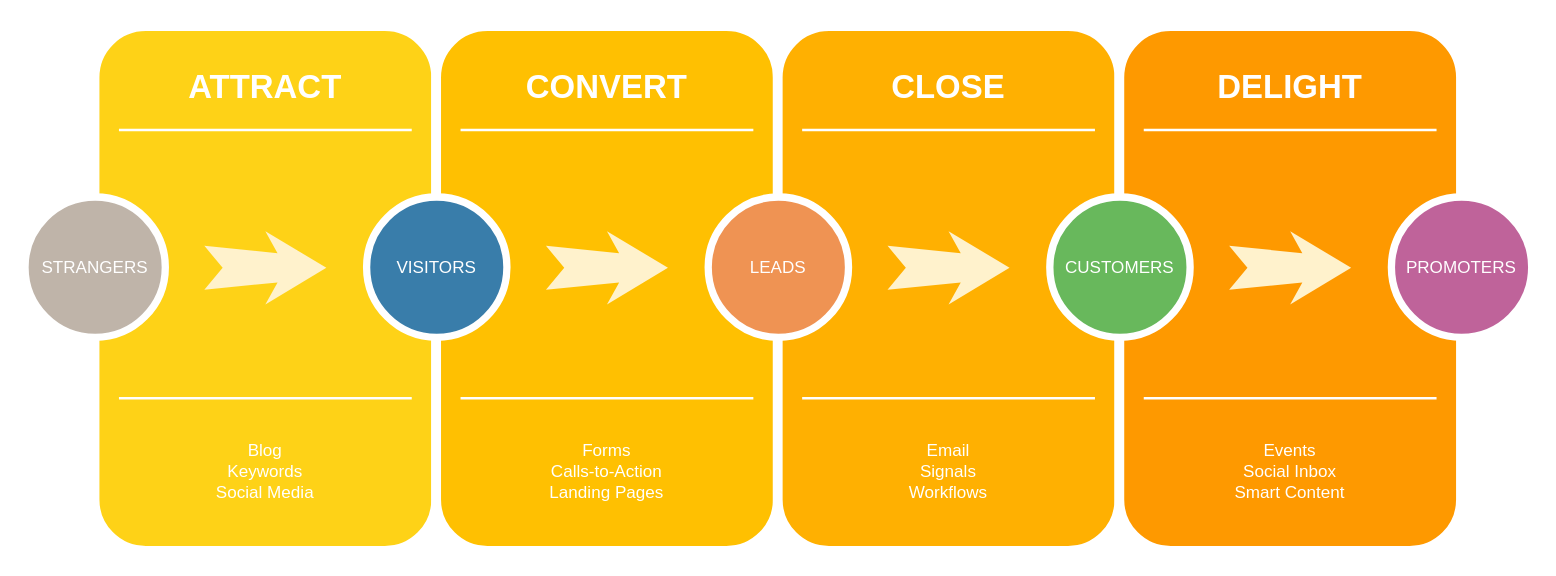
Above: page "Page-1" (1 of 3) of Macro Workflow.drawio in Rakholia1842/ERDiagram (draw.io), before the change. Source tidied: cells renumbered, new cells numbered last; positions are measured from the earlier drawing's top-left corner, leaving out a move shared by most shapes. Both pictures are drawn from the tidied source at 122%, with x=0, y=0 at pixel (24, 26).
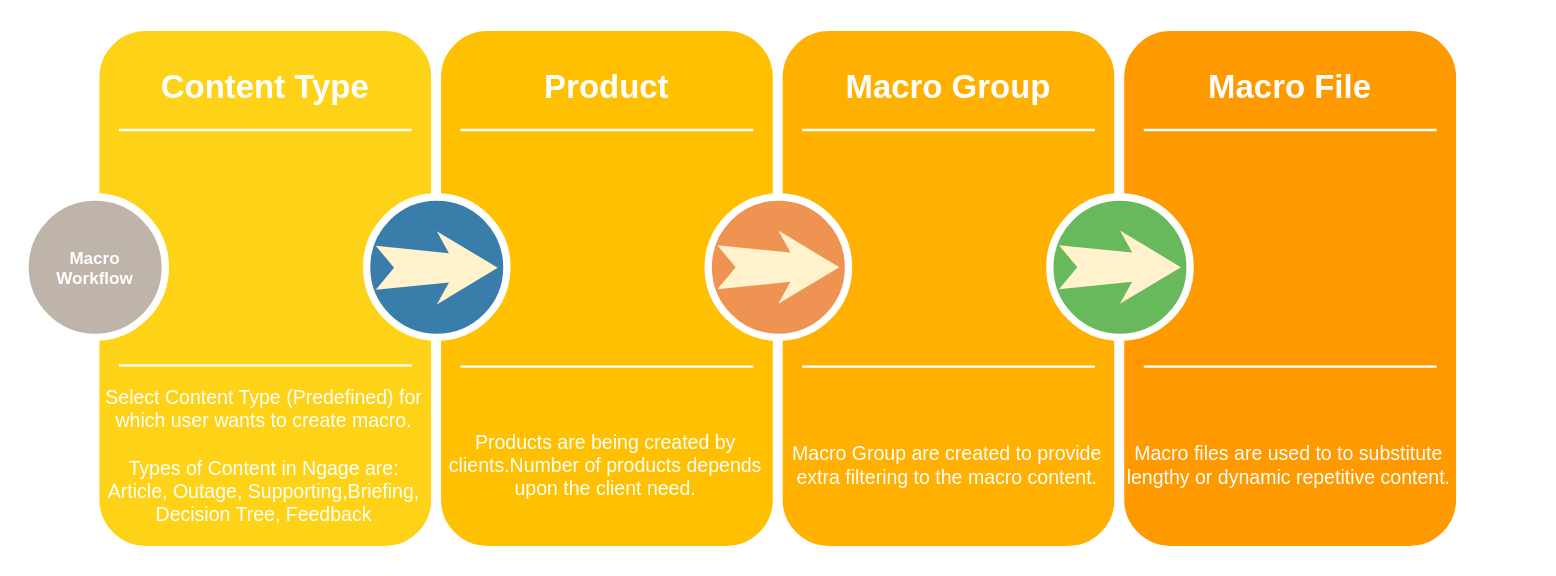
The same diagram, later.

Diff of the diagram source:
```diff
@@
-    <mxCell id="3" value="ATTRACT" style="text;html=1;strokeColor=none;fillColor=none;align=center;verticalAlign=middle;whiteSpace=wrap;rounded=0;shadow=0;fontSize=27;fontColor=#FFFFFF;fontStyle=1;" parent="1" vertex="1">
+    <mxCell id="3" value="Content Type" style="text;html=1;strokeColor=none;fillColor=none;align=center;verticalAlign=middle;whiteSpace=wrap;rounded=0;shadow=0;fontSize=27;fontColor=#FFFFFF;fontStyle=1;" parent="1" vertex="1">
       <mxGeometry x="57" y="20" width="280" height="60" as="geometry" />
     </mxCell>
-    <mxCell id="4" value="Blog&lt;div&gt;Keywords&lt;/div&gt;&lt;div&gt;Social Media&lt;/div&gt;" style="text;html=1;strokeColor=none;fillColor=none;align=center;verticalAlign=middle;whiteSpace=wrap;rounded=0;shadow=0;fontSize=14;fontColor=#FFFFFF;" parent="1" vertex="1">
-      <mxGeometry x="57" y="320" width="280" height="90" as="geometry" />
+    <mxCell id="4" value="&lt;div style=&quot;font-size: 16px&quot;&gt;&lt;font style=&quot;font-size: 16px&quot;&gt;Select Content Type (Predefined) for&lt;/font&gt;&lt;/div&gt;&lt;div style=&quot;font-size: 16px&quot;&gt;&lt;font style=&quot;font-size: 16px&quot;&gt; which user wants to create macro.&lt;/font&gt;&lt;/div&gt;&lt;div style=&quot;font-size: 16px&quot;&gt;&lt;font style=&quot;font-size: 16px&quot;&gt;&lt;br&gt;&lt;/font&gt;&lt;/div&gt;&lt;div style=&quot;font-size: 16px&quot;&gt;&lt;font style=&quot;font-size: 16px&quot;&gt;Types of Content in Ngage are:&lt;br&gt;&lt;/font&gt;&lt;/div&gt;&lt;div style=&quot;font-size: 16px&quot;&gt;&lt;font style=&quot;font-size: 16px&quot;&gt;Article, Outage, Supporting,Briefing, Decision Tree, Feedback&lt;br&gt;&lt;/font&gt; &lt;/div&gt;" style="text;html=1;strokeColor=none;fillColor=none;align=center;verticalAlign=middle;whiteSpace=wrap;rounded=0;shadow=0;fontSize=14;fontColor=#FFFFFF;" parent="1" vertex="1">
+      <mxGeometry x="61" y="279" width="270" height="146" as="geometry" />
     </mxCell>
@@
     <mxCell id="6" style="line;strokeWidth=2;html=1;rounded=0;shadow=0;fontSize=27;align=center;fillColor=none;strokeColor=#FFFFFF;" parent="1" vertex="1">
-      <mxGeometry x="77" y="300" width="240" height="10" as="geometry" />
+      <mxGeometry x="77" y="273" width="240" height="10" as="geometry" />
     </mxCell>
-    <mxCell id="7" value="STRANGERS" style="ellipse;whiteSpace=wrap;html=1;rounded=0;shadow=0;strokeWidth=6;fontSize=14;align=center;fillColor=#BFB4A9;strokeColor=#FFFFFF;fontColor=#FFFFFF;" parent="1" vertex="1">
+    <mxCell id="7" value="&lt;div&gt;&lt;b&gt;Macro&lt;/b&gt;&lt;/div&gt;&lt;div&gt;&lt;b&gt;Workflow&lt;br&gt;&lt;/b&gt;&lt;/div&gt;" style="ellipse;whiteSpace=wrap;html=1;rounded=0;shadow=0;strokeWidth=6;fontSize=14;align=center;fillColor=#BFB4A9;strokeColor=#FFFFFF;fontColor=#FFFFFF;" parent="1" vertex="1">
       <mxGeometry y="140" width="115" height="115" as="geometry" />
     </mxCell>
-    <mxCell id="8" style="html=1;shadow=0;dashed=0;align=center;verticalAlign=middle;shape=mxgraph.arrows2.stylisedArrow;dy=0.6;dx=40;notch=15;feather=0.4;rounded=0;strokeWidth=1;fontSize=27;strokeColor=none;fillColor=#fff2cc;" parent="1" vertex="1">
-      <mxGeometry x="147" y="168" width="100" height="60" as="geometry" />
-    </mxCell>
@@
-    <mxCell id="10" value="CONVERT" style="text;html=1;strokeColor=none;fillColor=none;align=center;verticalAlign=middle;whiteSpace=wrap;rounded=0;shadow=0;fontSize=27;fontColor=#FFFFFF;fontStyle=1;" parent="1" vertex="1">
+    <mxCell id="10" value="Product" style="text;html=1;strokeColor=none;fillColor=none;align=center;verticalAlign=middle;whiteSpace=wrap;rounded=0;shadow=0;fontSize=27;fontColor=#FFFFFF;fontStyle=1;" parent="1" vertex="1">
       <mxGeometry x="337" y="20" width="280" height="60" as="geometry" />
     </mxCell>
-    <mxCell id="11" value="Forms&lt;div&gt;Calls-to-Action&lt;/div&gt;&lt;div&gt;Landing Pages&lt;/div&gt;" style="text;html=1;strokeColor=none;fillColor=none;align=center;verticalAlign=middle;whiteSpace=wrap;rounded=0;shadow=0;fontSize=14;fontColor=#FFFFFF;" parent="1" vertex="1">
-      <mxGeometry x="337" y="320" width="280" height="90" as="geometry" />
+    <mxCell id="11" value="&lt;div style=&quot;font-size: 16px&quot;&gt;&lt;font style=&quot;font-size: 16px&quot;&gt;Products are being created by clients.Number of products depends upon the client need.&lt;br&gt;&lt;/font&gt;&lt;/div&gt;" style="text;html=1;strokeColor=none;fillColor=none;align=center;verticalAlign=middle;whiteSpace=wrap;rounded=0;shadow=0;fontSize=14;fontColor=#FFFFFF;" parent="1" vertex="1">
+      <mxGeometry x="341" y="294" width="270" height="131" as="geometry" />
     </mxCell>
@@
     <mxCell id="13" style="line;strokeWidth=2;html=1;rounded=0;shadow=0;fontSize=27;align=center;fillColor=none;strokeColor=#FFFFFF;" parent="1" vertex="1">
-      <mxGeometry x="357" y="300" width="240" height="10" as="geometry" />
+      <mxGeometry x="357" y="274" width="240" height="10" as="geometry" />
     </mxCell>
@@
-    <mxCell id="15" style="html=1;shadow=0;dashed=0;align=center;verticalAlign=middle;shape=mxgraph.arrows2.stylisedArrow;dy=0.6;dx=40;notch=15;feather=0.4;rounded=0;strokeWidth=1;fontSize=27;strokeColor=none;fillColor=#fff2cc;" parent="1" vertex="1">
-      <mxGeometry x="427" y="168" width="100" height="60" as="geometry" />
-    </mxCell>
@@
-    <mxCell id="17" value="CLOSE" style="text;html=1;strokeColor=none;fillColor=none;align=center;verticalAlign=middle;whiteSpace=wrap;rounded=0;shadow=0;fontSize=27;fontColor=#FFFFFF;fontStyle=1;" parent="1" vertex="1">
+    <mxCell id="17" value="Macro Group" style="text;html=1;strokeColor=none;fillColor=none;align=center;verticalAlign=middle;whiteSpace=wrap;rounded=0;shadow=0;fontSize=27;fontColor=#FFFFFF;fontStyle=1;" parent="1" vertex="1">
       <mxGeometry x="617" y="20" width="280" height="60" as="geometry" />
     </mxCell>
-    <mxCell id="18" value="Email&lt;div&gt;Signals&lt;/div&gt;&lt;div&gt;Workflows&lt;/div&gt;" style="text;html=1;strokeColor=none;fillColor=none;align=center;verticalAlign=middle;whiteSpace=wrap;rounded=0;shadow=0;fontSize=14;fontColor=#FFFFFF;" parent="1" vertex="1">
-      <mxGeometry x="617" y="320" width="280" height="90" as="geometry" />
+    <mxCell id="18" value="&lt;font style=&quot;font-size: 16px&quot;&gt;Macro Group are created to provide extra filtering to the macro content. &lt;/font&gt;" style="text;html=1;strokeColor=none;fillColor=none;align=center;verticalAlign=middle;whiteSpace=wrap;rounded=0;shadow=0;fontSize=14;fontColor=#FFFFFF;" parent="1" vertex="1">
+      <mxGeometry x="621" y="294" width="270" height="131" as="geometry" />
     </mxCell>
@@
     <mxCell id="20" style="line;strokeWidth=2;html=1;rounded=0;shadow=0;fontSize=27;align=center;fillColor=none;strokeColor=#FFFFFF;" parent="1" vertex="1">
-      <mxGeometry x="637" y="300" width="240" height="10" as="geometry" />
+      <mxGeometry x="637" y="274" width="240" height="10" as="geometry" />
     </mxCell>
-    <mxCell id="21" value="LEADS" style="ellipse;whiteSpace=wrap;html=1;rounded=0;shadow=0;strokeWidth=6;fontSize=14;align=center;fillColor=#EF9353;strokeColor=#FFFFFF;fontColor=#FFFFFF;" parent="1" vertex="1">
+    <mxCell id="21" style="ellipse;whiteSpace=wrap;html=1;rounded=0;shadow=0;strokeWidth=6;fontSize=14;align=center;fillColor=#EF9353;strokeColor=#FFFFFF;fontColor=#FFFFFF;" parent="1" vertex="1">
       <mxGeometry x="560" y="140" width="115" height="115" as="geometry" />
     </mxCell>
-    <mxCell id="22" style="html=1;shadow=0;dashed=0;align=center;verticalAlign=middle;shape=mxgraph.arrows2.stylisedArrow;dy=0.6;dx=40;notch=15;feather=0.4;rounded=0;strokeWidth=1;fontSize=27;strokeColor=none;fillColor=#fff2cc;" parent="1" vertex="1">
-      <mxGeometry x="707" y="168" width="100" height="60" as="geometry" />
-    </mxCell>
@@
-    <mxCell id="24" value="DELIGHT" style="text;html=1;strokeColor=none;fillColor=none;align=center;verticalAlign=middle;whiteSpace=wrap;rounded=0;shadow=0;fontSize=27;fontColor=#FFFFFF;fontStyle=1;" parent="1" vertex="1">
+    <mxCell id="24" value="Macro File" style="text;html=1;strokeColor=none;fillColor=none;align=center;verticalAlign=middle;whiteSpace=wrap;rounded=0;shadow=0;fontSize=27;fontColor=#FFFFFF;fontStyle=1;" parent="1" vertex="1">
       <mxGeometry x="897" y="20" width="280" height="60" as="geometry" />
     </mxCell>
-    <mxCell id="25" value="Events&lt;div&gt;Social Inbox&lt;/div&gt;&lt;div&gt;Smart Content&lt;/div&gt;" style="text;html=1;strokeColor=none;fillColor=none;align=center;verticalAlign=middle;whiteSpace=wrap;rounded=0;shadow=0;fontSize=14;fontColor=#FFFFFF;" parent="1" vertex="1">
-      <mxGeometry x="897" y="320" width="280" height="90" as="geometry" />
+    <mxCell id="25" value="&lt;div style=&quot;font-size: 16px&quot;&gt;&lt;font style=&quot;font-size: 16px&quot;&gt;Macro files are used to &lt;span&gt;to substitute &lt;br&gt;&lt;/span&gt;&lt;/font&gt;&lt;/div&gt;&lt;div style=&quot;font-size: 16px&quot;&gt;&lt;font style=&quot;font-size: 16px&quot;&gt;&lt;span&gt;lengthy or dynamic repetitive content. &lt;/span&gt;&lt;/font&gt;&lt;/div&gt;" style="text;html=1;strokeColor=none;fillColor=none;align=center;verticalAlign=middle;whiteSpace=wrap;rounded=0;shadow=0;fontSize=14;fontColor=#FFFFFF;" parent="1" vertex="1">
+      <mxGeometry x="901" y="294" width="270" height="131" as="geometry" />
     </mxCell>
@@
     <mxCell id="27" style="line;strokeWidth=2;html=1;rounded=0;shadow=0;fontSize=27;align=center;fillColor=none;strokeColor=#FFFFFF;" parent="1" vertex="1">
-      <mxGeometry x="917" y="300" width="240" height="10" as="geometry" />
+      <mxGeometry x="917" y="274" width="240" height="10" as="geometry" />
     </mxCell>
-    <mxCell id="28" value="CUSTOMERS" style="ellipse;whiteSpace=wrap;html=1;rounded=0;shadow=0;strokeWidth=6;fontSize=14;align=center;fillColor=#68B85C;strokeColor=#FFFFFF;fontColor=#FFFFFF;" parent="1" vertex="1">
+    <mxCell id="28" style="ellipse;whiteSpace=wrap;html=1;rounded=0;shadow=0;strokeWidth=6;fontSize=14;align=center;fillColor=#68B85C;strokeColor=#FFFFFF;fontColor=#FFFFFF;" parent="1" vertex="1">
       <mxGeometry x="840" y="140" width="115" height="115" as="geometry" />
     </mxCell>
-    <mxCell id="29" style="html=1;shadow=0;dashed=0;align=center;verticalAlign=middle;shape=mxgraph.arrows2.stylisedArrow;dy=0.6;dx=40;notch=15;feather=0.4;rounded=0;strokeWidth=1;fontSize=27;strokeColor=none;fillColor=#fff2cc;" parent="1" vertex="1">
-      <mxGeometry x="987" y="168" width="100" height="60" as="geometry" />
-    </mxCell>
-    <mxCell id="30" value="PROMOTERS" style="ellipse;whiteSpace=wrap;html=1;rounded=0;shadow=0;strokeWidth=6;fontSize=14;align=center;fillColor=#BF639A;strokeColor=#FFFFFF;fontColor=#FFFFFF;" parent="1" vertex="1">
-      <mxGeometry x="1120" y="140" width="115" height="115" as="geometry" />
-    </mxCell>
+    <mxCell id="8" style="html=1;shadow=0;dashed=0;align=center;verticalAlign=middle;shape=mxgraph.arrows2.stylisedArrow;dy=0.6;dx=40;notch=15;feather=0.4;rounded=0;strokeWidth=1;fontSize=27;strokeColor=none;fillColor=#fff2cc;" parent="1" vertex="1">
+      <mxGeometry x="287.5" y="168" width="100" height="60" as="geometry" />
+    </mxCell>
+    <mxCell id="22" style="html=1;shadow=0;dashed=0;align=center;verticalAlign=middle;shape=mxgraph.arrows2.stylisedArrow;dy=0.6;dx=40;notch=15;feather=0.4;rounded=0;strokeWidth=1;fontSize=27;strokeColor=none;fillColor=#fff2cc;" parent="1" vertex="1">
+      <mxGeometry x="847.5" y="167.5" width="100" height="60" as="geometry" />
+    </mxCell>
+    <mxCell id="15" style="html=1;shadow=0;dashed=0;align=center;verticalAlign=middle;shape=mxgraph.arrows2.stylisedArrow;dy=0.6;dx=40;notch=15;feather=0.4;rounded=0;strokeWidth=1;fontSize=27;strokeColor=none;fillColor=#fff2cc;" parent="1" vertex="1">
+      <mxGeometry x="567.5" y="167.5" width="100" height="60" as="geometry" />
+    </mxCell>
```
